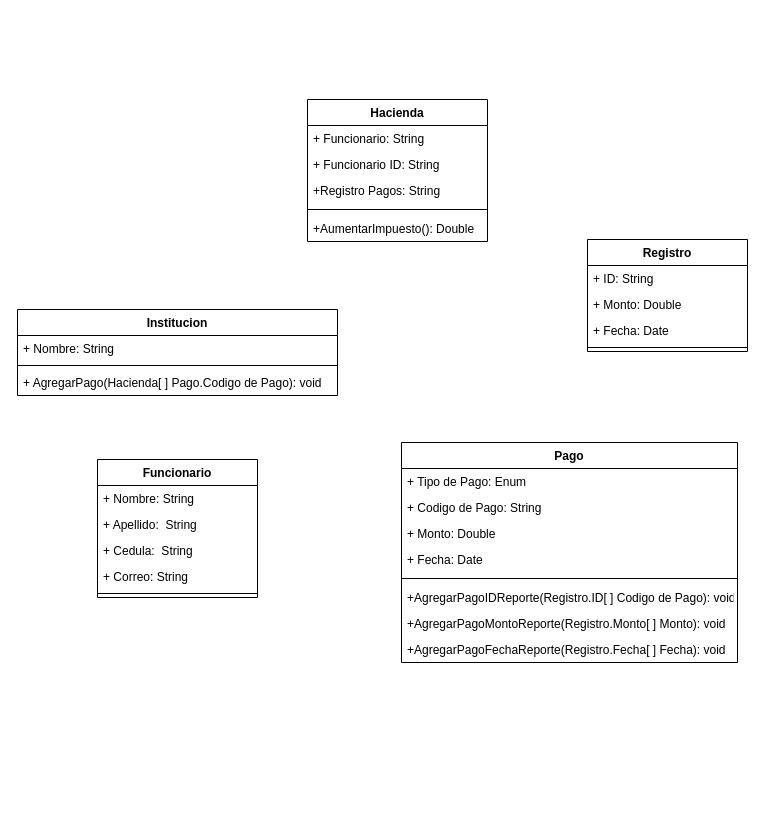
Above: Diagrama Proyecto.drawio in AndresFLK/ProyectoIntroduccionALaProgramacion (draw.io), before the change. Source tidied: cells renumbered, new cells numbered last; positions are measured from the earlier drawing's top-left corner, leaving out a move shared by most shapes. Both pictures are drawn from the tidied source at 100%, with x=0, y=0 at pixel (17, 99).
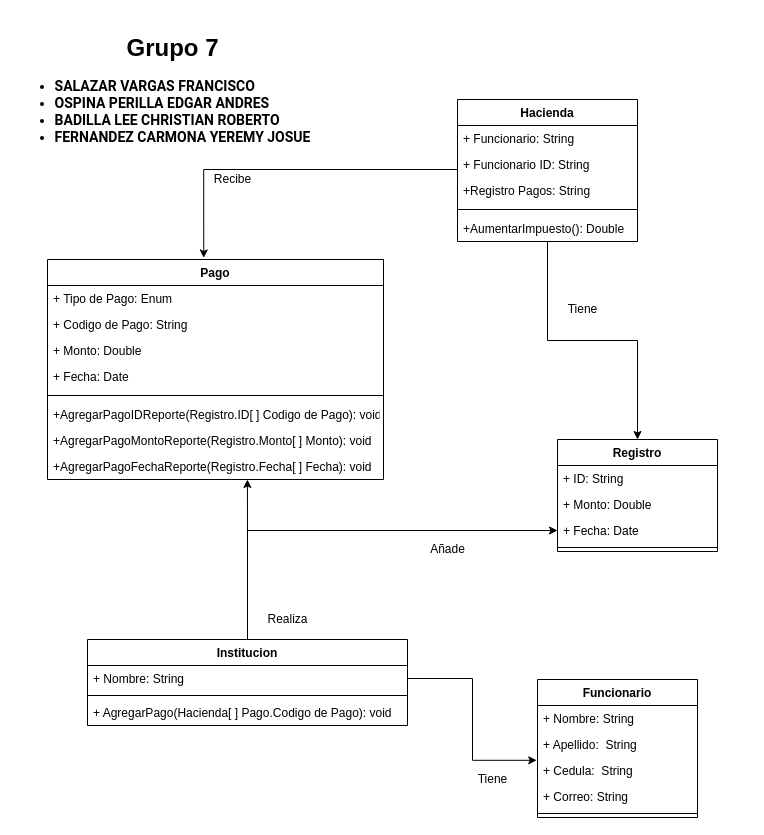
The same diagram, later.

The change refers to these unchanged cells:
```xml
<mxCell id="4" value="+ Funcionario ID: String" style="text;strokeColor=none;fillColor=none;align=left;verticalAlign=top;spacingLeft=4;spacingRight=4;overflow=hidden;points=[[0,0.5],[1,0.5]];portConstraint=eastwest;" parent="2" vertex="1">
  <mxGeometry y="52" width="180" height="26" as="geometry" />
</mxCell>
<mxCell id="9" value="+ Nombre: String" style="text;strokeColor=none;fillColor=none;align=left;verticalAlign=top;spacingLeft=4;spacingRight=4;overflow=hidden;points=[[0,0.5],[1,0.5]];portConstraint=eastwest;" parent="8" vertex="1">
  <mxGeometry y="26" width="320" height="26" as="geometry" />
</mxCell>
<mxCell id="15" value="+ Cedula:  String&#10;" style="text;strokeColor=none;fillColor=none;align=left;verticalAlign=top;spacingLeft=4;spacingRight=4;overflow=hidden;points=[[0,0.5],[1,0.5]];portConstraint=eastwest;" parent="12" vertex="1">
  <mxGeometry y="78" width="160" height="26" as="geometry" />
</mxCell>
<mxCell id="26" value="+AgregarPagoFechaReporte(Registro.Fecha[ ] Fecha): void" style="text;strokeColor=none;fillColor=none;align=left;verticalAlign=top;spacingLeft=4;spacingRight=4;overflow=hidden;points=[[0,0.5],[1,0.5]];portConstraint=eastwest;" parent="18" vertex="1">
  <mxGeometry y="194" width="336" height="26" as="geometry" />
</mxCell>
<mxCell id="30" value="+ Fecha: Date" style="text;strokeColor=none;fillColor=none;align=left;verticalAlign=top;spacingLeft=4;spacingRight=4;overflow=hidden;points=[[0,0.5],[1,0.5]];portConstraint=eastwest;" parent="27" vertex="1">
  <mxGeometry y="78" width="160" height="26" as="geometry" />
</mxCell>
```

Change to the diagram source:
```diff
@@
+    <mxCell id="32" style="edgeStyle=orthogonalEdgeStyle;rounded=0;jettySize=auto;html=1;entryX=0.5;entryY=0;entryDx=0;entryDy=0;" parent="1" edge="1" source="2" target="27">
+      <mxGeometry relative="1" as="geometry" />
+    </mxCell>
     <mxCell id="2" value="Hacienda" style="swimlane;fontStyle=1;align=center;verticalAlign=top;horizontal=1;startSize=26;" parent="1" vertex="1">
-      <mxGeometry x="290" width="180" height="142" as="geometry" />
+      <mxGeometry x="440" width="180" height="142" as="geometry" />
     </mxCell>
@@
+    <mxCell id="33" style="edgeStyle=orthogonalEdgeStyle;rounded=0;jettySize=auto;html=1;entryX=0.595;entryY=1;entryDx=0;entryDy=0;entryPerimeter=0;" parent="1" edge="1" source="8" target="26">
+      <mxGeometry relative="1" as="geometry" />
+    </mxCell>
+    <mxCell id="34" style="edgeStyle=orthogonalEdgeStyle;rounded=0;jettySize=auto;html=1;" parent="1" edge="1" source="8" target="30">
+      <mxGeometry relative="1" as="geometry" />
+    </mxCell>
     <mxCell id="8" value="Institucion" style="swimlane;fontStyle=1;align=center;verticalAlign=top;horizontal=1;startSize=26;" parent="1" vertex="1">
-      <mxGeometry y="210" width="320" height="86" as="geometry" />
+      <mxGeometry x="70" y="540" width="320" height="86" as="geometry" />
     </mxCell>
@@
     <mxCell id="12" value="Funcionario" style="swimlane;fontStyle=1;align=center;verticalAlign=top;horizontal=1;startSize=26;" parent="1" vertex="1">
-      <mxGeometry x="80" y="360" width="160" height="138" as="geometry" />
+      <mxGeometry x="520" y="580" width="160" height="138" as="geometry" />
     </mxCell>
@@
     <mxCell id="18" value="Pago" style="swimlane;fontStyle=1;align=center;verticalAlign=top;horizontal=1;startSize=26;" parent="1" vertex="1">
-      <mxGeometry x="384" y="343" width="336" height="220" as="geometry" />
+      <mxGeometry x="30" y="160" width="336" height="220" as="geometry" />
     </mxCell>
@@
     <mxCell id="27" value="Registro" style="swimlane;fontStyle=1;align=center;verticalAlign=top;horizontal=1;startSize=26;" parent="1" vertex="1">
-      <mxGeometry x="570" y="140" width="160" height="112" as="geometry" />
+      <mxGeometry x="540" y="340" width="160" height="112" as="geometry" />
     </mxCell>
@@
+    <mxCell id="35" value="Tiene" style="text;html=1;align=center;verticalAlign=middle;strokeColor=none;fillColor=none;" parent="1" vertex="1">
+      <mxGeometry x="540" y="200" width="50" height="20" as="geometry" />
+    </mxCell>
+    <mxCell id="36" value="Recibe" style="text;html=1;align=center;verticalAlign=middle;strokeColor=none;fillColor=none;" parent="1" vertex="1">
+      <mxGeometry x="190" y="70" width="50" height="20" as="geometry" />
+    </mxCell>
+    <mxCell id="37" style="edgeStyle=orthogonalEdgeStyle;rounded=0;jettySize=auto;html=1;entryX=0.465;entryY=-0.007;entryDx=0;entryDy=0;entryPerimeter=0;" parent="1" edge="1" source="4" target="18">
+      <mxGeometry relative="1" as="geometry">
+        <Array as="points">
+          <mxPoint x="186" y="70" />
+        </Array>
+      </mxGeometry>
+    </mxCell>
+    <mxCell id="38" value="Realiza" style="text;html=1;align=center;verticalAlign=middle;strokeColor=none;fillColor=none;" parent="1" vertex="1">
+      <mxGeometry x="240" y="510" width="60" height="20" as="geometry" />
+    </mxCell>
+    <mxCell id="39" style="edgeStyle=orthogonalEdgeStyle;rounded=0;jettySize=auto;html=1;entryX=-0.005;entryY=0.108;entryDx=0;entryDy=0;entryPerimeter=0;" parent="1" edge="1" source="9" target="15">
+      <mxGeometry relative="1" as="geometry" />
+    </mxCell>
+    <mxCell id="40" value="Tiene" style="text;html=1;align=center;verticalAlign=middle;strokeColor=none;fillColor=none;" parent="1" vertex="1">
+      <mxGeometry x="450" y="670" width="50" height="20" as="geometry" />
+    </mxCell>
+    <mxCell id="41" value="Añade" style="text;html=1;align=center;verticalAlign=middle;strokeColor=none;fillColor=none;" parent="1" vertex="1">
+      <mxGeometry x="405" y="440" width="50" height="20" as="geometry" />
+    </mxCell>
+    <mxCell id="42" value="&lt;h1&gt;Grupo 7&lt;/h1&gt;&lt;h4&gt;&lt;ul style=&quot;box-sizing: border-box; margin-top: 0px; margin-bottom: 0px; list-style-position: initial; list-style-image: initial; padding-inline-start: 20px; font-family: Roboto, sans-serif; font-size: 14px; text-align: left; background-color: rgb(255, 255, 255);&quot; id=&quot;yui_3_17_2_1_1655524515029_20&quot;&gt;&lt;li style=&quot;box-sizing: border-box;&quot;&gt;SALAZAR VARGAS FRANCISCO&amp;nbsp;&lt;/li&gt;&lt;/ul&gt;&lt;ul style=&quot;box-sizing: border-box; margin-top: 0px; margin-bottom: 0px; list-style-position: initial; list-style-image: initial; padding-inline-start: 20px; font-family: Roboto, sans-serif; font-size: 14px; text-align: left; background-color: rgb(255, 255, 255);&quot; id=&quot;yui_3_17_2_1_1655524515029_20&quot;&gt;&lt;li style=&quot;box-sizing: border-box;&quot;&gt;OSPINA PERILLA EDGAR ANDRES&amp;nbsp;&lt;/li&gt;&lt;/ul&gt;&lt;ul style=&quot;box-sizing: border-box; margin-top: 0px; margin-bottom: 0px; list-style-position: initial; list-style-image: initial; padding-inline-start: 20px; font-family: Roboto, sans-serif; font-size: 14px; text-align: left; background-color: rgb(255, 255, 255);&quot; id=&quot;yui_3_17_2_1_1655524515029_20&quot;&gt;&lt;li style=&quot;box-sizing: border-box;&quot;&gt;BADILLA LEE CHRISTIAN ROBERTO&amp;nbsp;&lt;/li&gt;&lt;/ul&gt;&lt;ul style=&quot;box-sizing: border-box; margin-top: 0px; margin-bottom: 0px; list-style-position: initial; list-style-image: initial; padding-inline-start: 20px; font-family: Roboto, sans-serif; font-size: 14px; text-align: left; background-color: rgb(255, 255, 255);&quot; id=&quot;yui_3_17_2_1_1655524515029_20&quot;&gt;&lt;li style=&quot;box-sizing: border-box;&quot;&gt;FERNANDEZ CARMONA YEREMY JOSUE&lt;/li&gt;&lt;/ul&gt;&lt;/h4&gt;" style="text;html=1;align=center;verticalAlign=middle;strokeColor=none;fillColor=none;" parent="1" vertex="1">
+      <mxGeometry y="-70" width="310" height="120" as="geometry" />
+    </mxCell>
```
